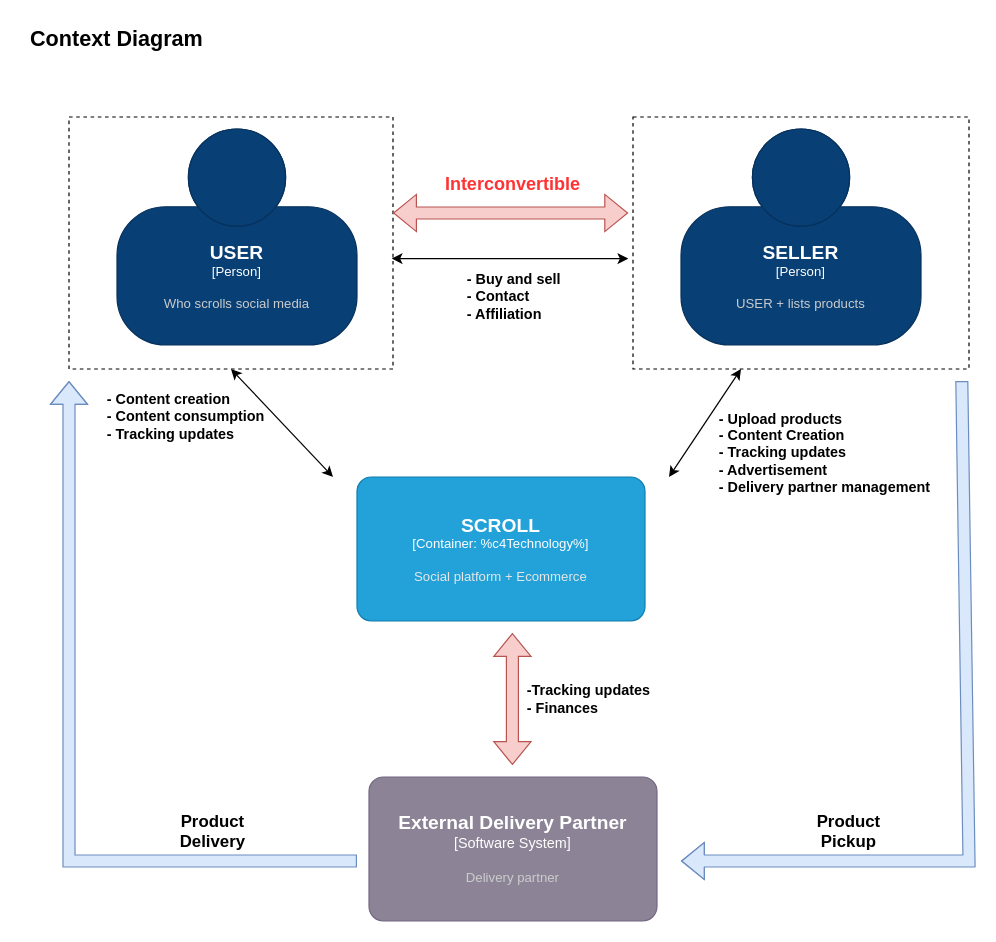
VishalJx/Draw.io keeps this draw.io diagram as page "Page-1" (1 of 4) of Untitled Diagram.drawio. Above is the earlier version. Source tidied: cells renumbered, new cells numbered last; positions are measured from the earlier drawing's top-left corner, leaving out a move shared by most shapes. Both pictures are drawn from the tidied source at 120%, with x=0, y=0 at pixel (20, 20).
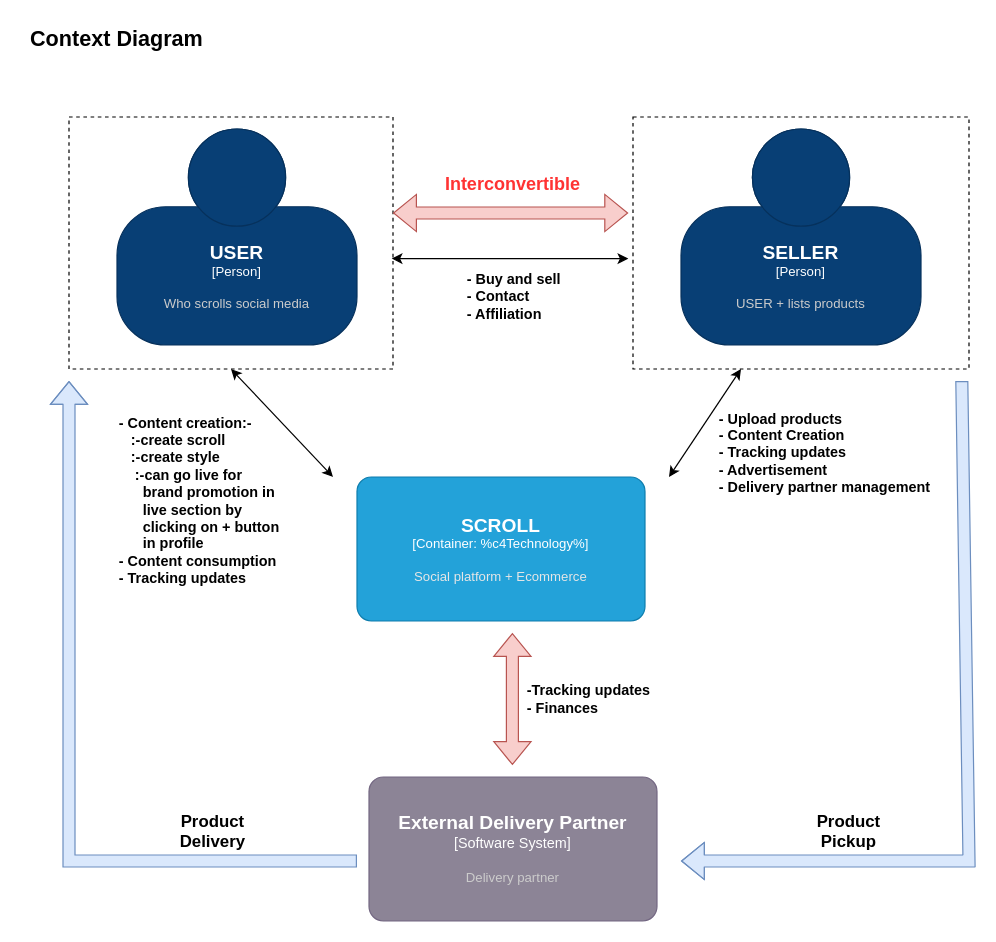
Above is the later version.

Change to the diagram source:
```diff
@@
-    <mxCell id="16" value="&lt;b&gt;- Content creation&lt;/b&gt;&lt;div&gt;&lt;b&gt;- Content consumption&lt;/b&gt;&lt;/div&gt;&lt;div&gt;&lt;b&gt;- Tracking updates&lt;/b&gt;&lt;/div&gt;" style="text;html=1;align=left;verticalAlign=middle;whiteSpace=wrap;rounded=0;" parent="1" vertex="1">
-      <mxGeometry x="70" y="290" width="140" height="80" as="geometry" />
+    <mxCell id="16" value="&lt;b&gt;- Content creation:-&lt;/b&gt;&lt;div&gt;&lt;b&gt;&amp;nbsp; &amp;nbsp;:-create scroll&lt;br&gt;&amp;nbsp; &amp;nbsp;:-create style&lt;br&gt;&amp;nbsp; &amp;nbsp; :-can go live for&amp;nbsp; &amp;nbsp; &amp;nbsp; &amp;nbsp; &amp;nbsp; &amp;nbsp; &amp;nbsp; &amp;nbsp; brand promotion in&amp;nbsp; &amp;nbsp; &amp;nbsp; &amp;nbsp; live section by&amp;nbsp; &amp;nbsp; &amp;nbsp; &amp;nbsp; &amp;nbsp; &amp;nbsp; &amp;nbsp; &amp;nbsp; clicking on + button&amp;nbsp; &amp;nbsp; &amp;nbsp; &amp;nbsp; in profile&lt;br&gt;&lt;/b&gt;&lt;div&gt;&lt;b&gt;- Content consumption&lt;/b&gt;&lt;/div&gt;&lt;div&gt;&lt;b&gt;- Tracking updates&lt;/b&gt;&lt;/div&gt;&lt;/div&gt;" style="text;html=1;align=left;verticalAlign=middle;whiteSpace=wrap;rounded=0;" parent="1" vertex="1">
+      <mxGeometry x="80" y="360" width="140" height="80" as="geometry" />
     </mxCell>
```
